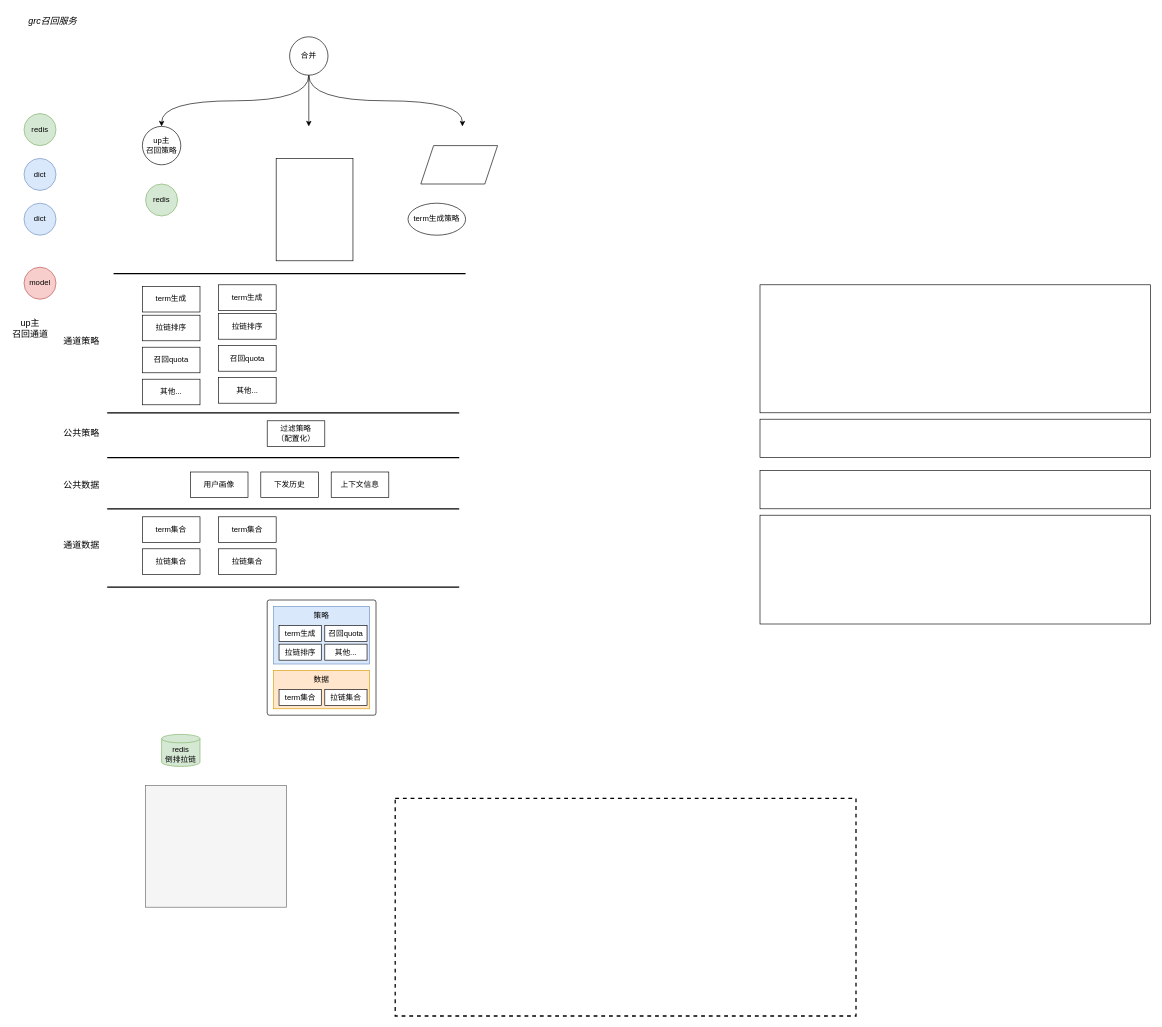
Before: page "单召回源通道框架" (1 of 2) of multi-source-recall.drawio in yantao006/draw_io, a draw.io diagram. Source tidied: cells renumbered, new cells numbered last; positions are measured from the earlier drawing's top-left corner, leaving out a move shared by most shapes. Both pictures are drawn from the tidied source at 64%, with x=0, y=0 at pixel (11, 11).
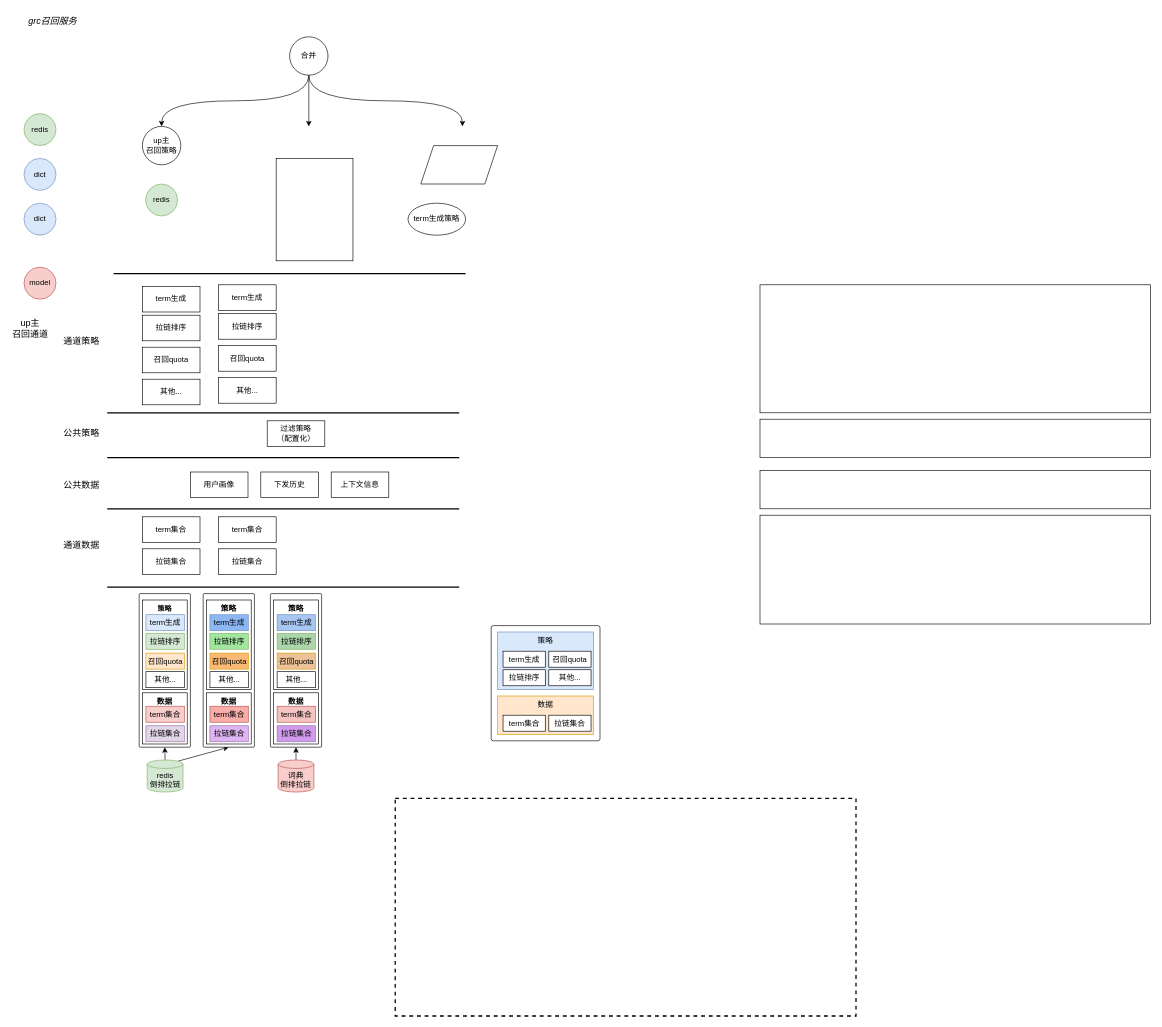
The same diagram, later.

The edit, as a diff of the source:
```diff
@@
-    <mxCell id="7" style="rounded=0;whiteSpace=wrap;html=1;fillColor=#f5f5f5;fontColor=#333333;strokeColor=#666666;" parent="1" vertex="1">
-      <mxGeometry x="210" y="1210" width="220" height="190" as="geometry" />
-    </mxCell>
@@
+    <mxCell id="60" style="edgeStyle=orthogonalEdgeStyle;rounded=0;jettySize=auto;html=1;exitX=0.5;exitY=0;exitDx=0;exitDy=0;exitPerimeter=0;entryX=0.5;entryY=1;entryDx=0;entryDy=0;" parent="1" edge="1" source="21" target="63">
+      <mxGeometry relative="1" as="geometry" />
+    </mxCell>
+    <mxCell id="61" style="rounded=0;jettySize=auto;html=1;exitX=0.855;exitY=0;exitDx=0;exitDy=1.9091666666667104;exitPerimeter=0;entryX=0.5;entryY=1;entryDx=0;entryDy=0;" parent="1" edge="1" source="21" target="72">
+      <mxGeometry relative="1" as="geometry" />
+    </mxCell>
     <mxCell id="21" value="redis&lt;div&gt;&lt;span style=&quot;background-color: initial;&quot;&gt;倒排拉链&lt;/span&gt;&lt;/div&gt;" style="shape=cylinder3;whiteSpace=wrap;html=1;boundedLbl=1;backgroundOutline=1;size=6.583333333333485;fillColor=#d5e8d4;strokeColor=#82b366;" parent="1" vertex="1">
-      <mxGeometry x="235" y="1130" width="60" height="50" as="geometry" />
+      <mxGeometry x="212.5" y="1170" width="56" height="50" as="geometry" />
     </mxCell>
@@
+    <mxCell id="62" style="group;" parent="1" vertex="1">
+      <mxGeometry x="750" y="960" width="170" height="180" as="geometry" />
+    </mxCell>
-    <mxCell id="49" style="rounded=1;whiteSpace=wrap;html=1;arcSize=2;" parent="1" vertex="1">
-      <mxGeometry x="400" y="920" width="170" height="180" as="geometry" />
+    <mxCell id="49" style="rounded=1;whiteSpace=wrap;html=1;arcSize=2;" parent="62" vertex="1">
+      <mxGeometry width="170" height="180" as="geometry" />
     </mxCell>
-    <mxCell id="50" style="group;" parent="1" vertex="1">
-      <mxGeometry x="410" y="930" width="150" height="90" as="geometry" />
+    <mxCell id="50" style="group;" parent="62" vertex="1">
+      <mxGeometry x="10" y="10" width="150" height="90" as="geometry" />
     </mxCell>
@@
-    <mxCell id="56" style="group;" parent="1" vertex="1">
-      <mxGeometry x="410" y="1030" width="150" height="60" as="geometry" />
+    <mxCell id="56" style="group;" parent="62" vertex="1">
+      <mxGeometry x="10" y="110" width="150" height="60" as="geometry" />
     </mxCell>
@@
+    <mxCell id="63" style="rounded=1;whiteSpace=wrap;html=1;arcSize=2;" parent="1" vertex="1">
+      <mxGeometry x="200" y="910" width="80" height="240" as="geometry" />
+    </mxCell>
+    <mxCell id="64" value="&lt;b&gt;数据&lt;/b&gt;" style="rounded=0;whiteSpace=wrap;html=1;verticalAlign=top;" parent="1" vertex="1">
+      <mxGeometry x="205" y="1065" width="70" height="80" as="geometry" />
+    </mxCell>
+    <mxCell id="65" value="term集合" style="rounded=0;whiteSpace=wrap;html=1;fillColor=#f8cecc;strokeColor=#b85450;" parent="1" vertex="1">
+      <mxGeometry x="210.5" y="1086" width="60" height="25" as="geometry" />
+    </mxCell>
+    <mxCell id="66" value="拉链集合" style="rounded=0;whiteSpace=wrap;html=1;fillColor=#e1d5e7;strokeColor=#9673a6;" parent="1" vertex="1">
+      <mxGeometry x="210.5" y="1116.5" width="60" height="25" as="geometry" />
+    </mxCell>
+    <mxCell id="67" value="&lt;b&gt;&lt;font style=&quot;font-size: 11px;&quot;&gt;策略&lt;/font&gt;&lt;/b&gt;" style="rounded=0;whiteSpace=wrap;html=1;verticalAlign=top;" parent="1" vertex="1">
+      <mxGeometry x="205" y="920" width="70" height="140" as="geometry" />
+    </mxCell>
+    <mxCell id="68" value="term生成" style="rounded=0;whiteSpace=wrap;html=1;fillColor=#dae8fc;strokeColor=#6c8ebf;" parent="1" vertex="1">
+      <mxGeometry x="210.5" y="943" width="60" height="25" as="geometry" />
+    </mxCell>
+    <mxCell id="69" value="拉链排序" style="rounded=0;whiteSpace=wrap;html=1;fillColor=#d5e8d4;strokeColor=#82b366;" parent="1" vertex="1">
+      <mxGeometry x="210.5" y="972" width="60" height="25" as="geometry" />
+    </mxCell>
+    <mxCell id="70" value="召回quota" style="rounded=0;whiteSpace=wrap;html=1;fillColor=#ffe6cc;strokeColor=#d79b00;" parent="1" vertex="1">
+      <mxGeometry x="210.5" y="1003" width="60" height="25" as="geometry" />
+    </mxCell>
+    <mxCell id="71" value="其他..." style="rounded=0;whiteSpace=wrap;html=1;" parent="1" vertex="1">
+      <mxGeometry x="210.5" y="1032" width="60" height="25" as="geometry" />
+    </mxCell>
+    <mxCell id="72" style="rounded=1;whiteSpace=wrap;html=1;arcSize=2;" parent="1" vertex="1">
+      <mxGeometry x="300" y="910" width="80" height="240" as="geometry" />
+    </mxCell>
+    <mxCell id="73" value="&lt;b&gt;数据&lt;/b&gt;" style="rounded=0;whiteSpace=wrap;html=1;verticalAlign=top;" parent="1" vertex="1">
+      <mxGeometry x="305" y="1065" width="70" height="80" as="geometry" />
+    </mxCell>
+    <mxCell id="74" value="term集合" style="rounded=0;whiteSpace=wrap;html=1;fillColor=#f9ada9;strokeColor=#b85450;" parent="1" vertex="1">
+      <mxGeometry x="310.5" y="1086" width="60" height="25" as="geometry" />
+    </mxCell>
+    <mxCell id="75" value="拉链集合" style="rounded=0;whiteSpace=wrap;html=1;fillColor=#deb5f2;strokeColor=#9673a6;" parent="1" vertex="1">
+      <mxGeometry x="310.5" y="1116.5" width="60" height="25" as="geometry" />
+    </mxCell>
+    <mxCell id="76" value="&lt;b&gt;策略&lt;/b&gt;" style="rounded=0;whiteSpace=wrap;html=1;verticalAlign=top;" parent="1" vertex="1">
+      <mxGeometry x="305" y="920" width="70" height="140" as="geometry" />
+    </mxCell>
+    <mxCell id="77" value="term生成" style="rounded=0;whiteSpace=wrap;html=1;fillColor=#8cb7f3;strokeColor=#6c8ebf;" parent="1" vertex="1">
+      <mxGeometry x="310.5" y="943" width="60" height="25" as="geometry" />
+    </mxCell>
+    <mxCell id="78" value="拉链排序" style="rounded=0;whiteSpace=wrap;html=1;fillColor=#a2e59f;strokeColor=#82b366;" parent="1" vertex="1">
+      <mxGeometry x="310.5" y="972" width="60" height="25" as="geometry" />
+    </mxCell>
+    <mxCell id="79" value="召回quota" style="rounded=0;whiteSpace=wrap;html=1;fillColor=#fbba74;strokeColor=#d79b00;" parent="1" vertex="1">
+      <mxGeometry x="310.5" y="1003" width="60" height="25" as="geometry" />
+    </mxCell>
+    <mxCell id="80" value="其他..." style="rounded=0;whiteSpace=wrap;html=1;" parent="1" vertex="1">
+      <mxGeometry x="310.5" y="1032" width="60" height="25" as="geometry" />
+    </mxCell>
+    <mxCell id="81" style="rounded=1;whiteSpace=wrap;html=1;arcSize=2;" parent="1" vertex="1">
+      <mxGeometry x="405" y="910" width="80" height="240" as="geometry" />
+    </mxCell>
+    <mxCell id="82" value="&lt;b&gt;数据&lt;/b&gt;" style="rounded=0;whiteSpace=wrap;html=1;verticalAlign=top;" parent="1" vertex="1">
+      <mxGeometry x="410" y="1065" width="70" height="80" as="geometry" />
+    </mxCell>
+    <mxCell id="83" value="term集合" style="rounded=0;whiteSpace=wrap;html=1;fillColor=#f5c4c1;strokeColor=#b85450;" parent="1" vertex="1">
+      <mxGeometry x="415.5" y="1086" width="60" height="25" as="geometry" />
+    </mxCell>
+    <mxCell id="84" value="拉链集合" style="rounded=0;whiteSpace=wrap;html=1;fillColor=#d29bee;strokeColor=#9673a6;" parent="1" vertex="1">
+      <mxGeometry x="415.5" y="1116.5" width="60" height="25" as="geometry" />
+    </mxCell>
+    <mxCell id="85" value="&lt;b&gt;策略&lt;/b&gt;" style="rounded=0;whiteSpace=wrap;html=1;verticalAlign=top;" parent="1" vertex="1">
+      <mxGeometry x="410" y="920" width="70" height="140" as="geometry" />
+    </mxCell>
+    <mxCell id="86" value="term生成" style="rounded=0;whiteSpace=wrap;html=1;fillColor=#a7c6f1;strokeColor=#6c8ebf;" parent="1" vertex="1">
+      <mxGeometry x="415.5" y="943" width="60" height="25" as="geometry" />
+    </mxCell>
+    <mxCell id="87" value="拉链排序" style="rounded=0;whiteSpace=wrap;html=1;fillColor=#acd5aa;strokeColor=#82b366;" parent="1" vertex="1">
+      <mxGeometry x="415.5" y="972" width="60" height="25" as="geometry" />
+    </mxCell>
+    <mxCell id="88" value="召回quota" style="rounded=0;whiteSpace=wrap;html=1;fillColor=#ecc398;strokeColor=#d79b00;" parent="1" vertex="1">
+      <mxGeometry x="415.5" y="1003" width="60" height="25" as="geometry" />
+    </mxCell>
+    <mxCell id="89" value="其他..." style="rounded=0;whiteSpace=wrap;html=1;" parent="1" vertex="1">
+      <mxGeometry x="415.5" y="1032" width="60" height="25" as="geometry" />
+    </mxCell>
+    <mxCell id="90" style="edgeStyle=orthogonalEdgeStyle;rounded=0;jettySize=auto;html=1;exitX=0.5;exitY=0;exitDx=0;exitDy=0;exitPerimeter=0;entryX=0.5;entryY=1;entryDx=0;entryDy=0;" parent="1" edge="1" source="91" target="81">
+      <mxGeometry relative="1" as="geometry" />
+    </mxCell>
+    <mxCell id="91" value="词典&lt;br&gt;&lt;div&gt;&lt;span style=&quot;background-color: initial;&quot;&gt;倒排拉链&lt;/span&gt;&lt;/div&gt;" style="shape=cylinder3;whiteSpace=wrap;html=1;boundedLbl=1;backgroundOutline=1;size=6.583333333333485;fillColor=#f8cecc;strokeColor=#b85450;" parent="1" vertex="1">
+      <mxGeometry x="417" y="1170" width="56" height="50" as="geometry" />
+    </mxCell>
```
